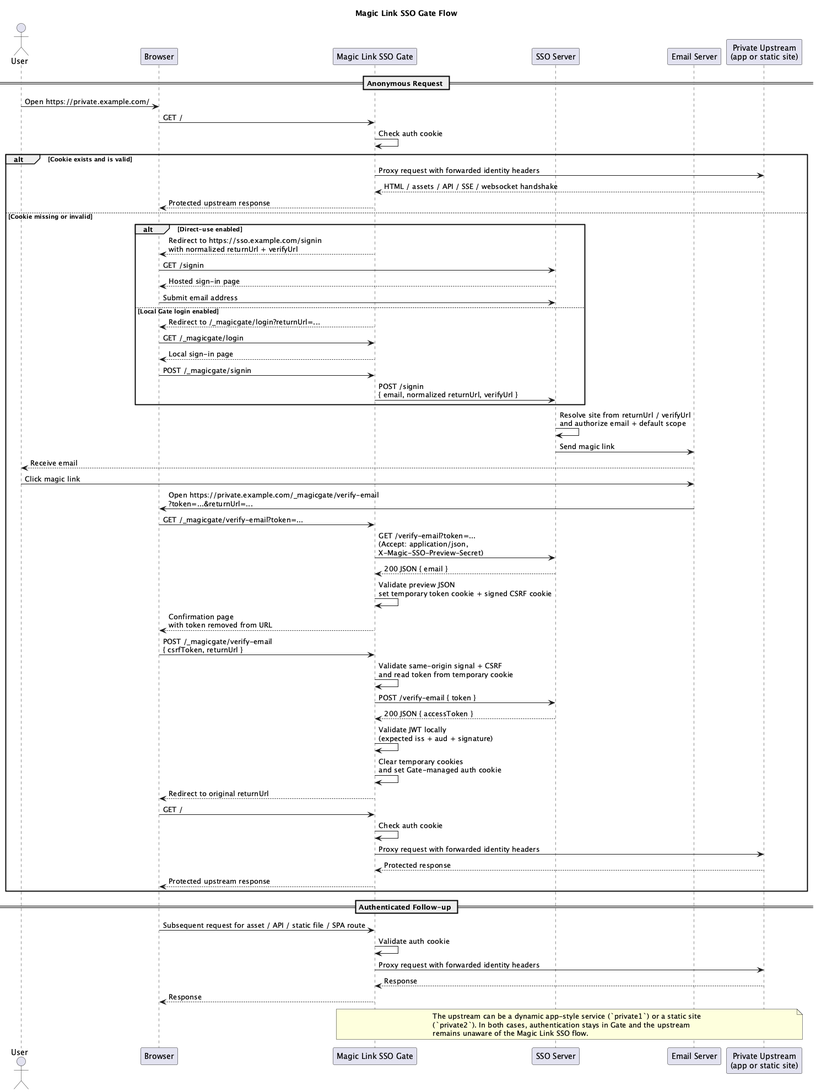
Earlier version of the PlantUML export docs/MagicLinkSSO_Gate_Flow_light.png (magic-link-sso/magic-sso).
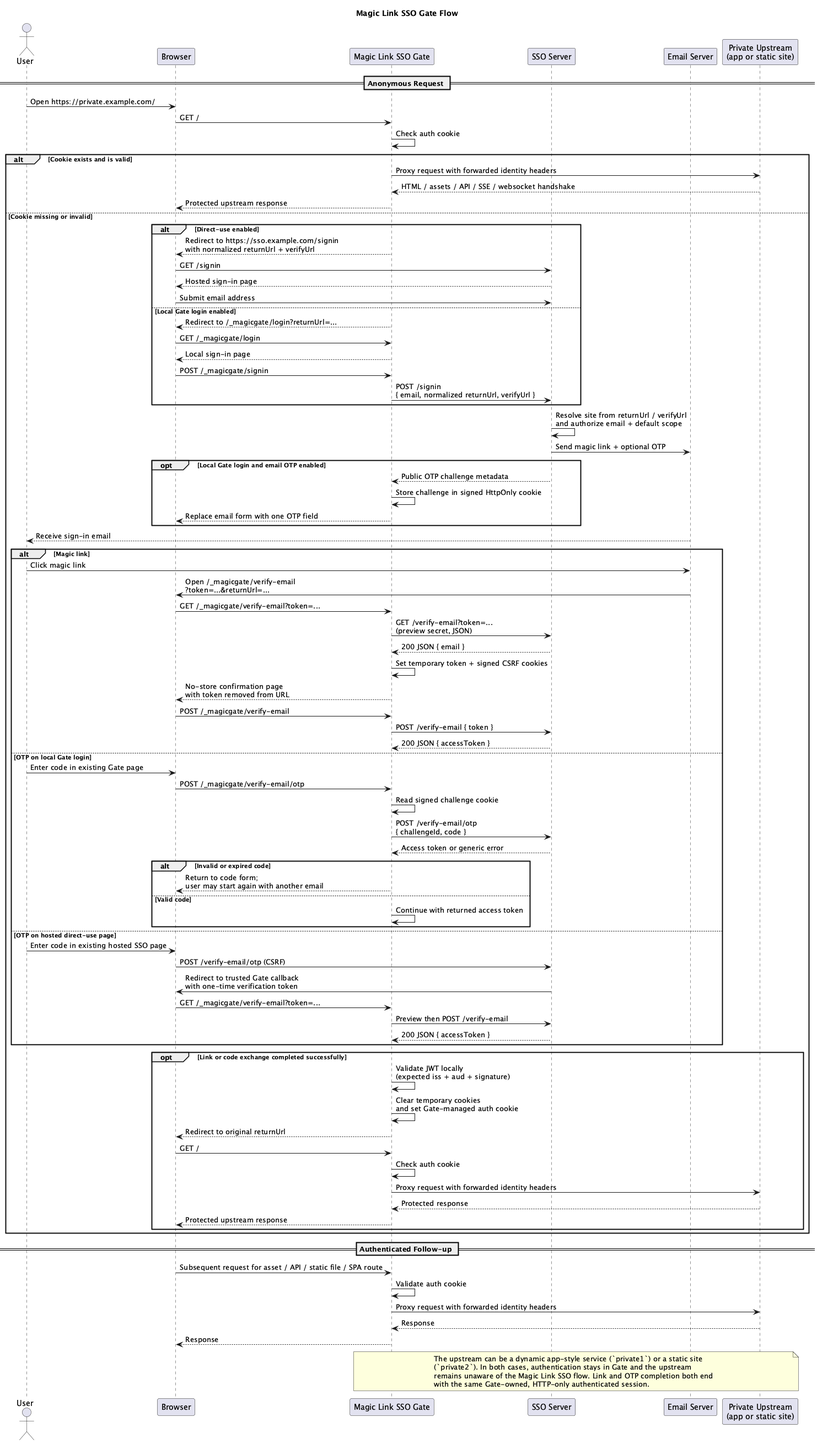
After the commit.

The edit, as a diff of the source:
```diff
@@ -34,29 +34,56 @@
     end
 
     SSO -> SSO: Resolve site from returnUrl / verifyUrl\nand authorize email + default scope
-    SSO -> Email: Send magic link
-    Email --> User: Receive email
+    SSO -> Email: Send magic link + optional OTP
+    opt Local Gate login and email OTP enabled
+        SSO --> Gate: Public OTP challenge metadata
+        Gate -> Gate: Store challenge in signed HttpOnly cookie
+        Gate --> Browser: Replace email form with one OTP field
+    end
+    Email --> User: Receive sign-in email
 
-    User -> Email: Click magic link
-    Email -> Browser: Open https://private.example.com/_magicgate/verify-email\n?token=...&returnUrl=...
-    Browser -> Gate: GET /_magicgate/verify-email?token=...
-    Gate -> SSO: GET /verify-email?token=...\n(Accept: application/json,\nX-Magic-SSO-Preview-Secret)
-    SSO --> Gate: 200 JSON { email }
-    Gate -> Gate: Validate preview JSON\nset temporary token cookie + signed CSRF cookie
-    Gate --> Browser: Confirmation page\nwith token removed from URL
-    Browser -> Gate: POST /_magicgate/verify-email\n{ csrfToken, returnUrl }
-    Gate -> Gate: Validate same-origin signal + CSRF\nand read token from temporary cookie
-    Gate -> SSO: POST /verify-email { token }
-    SSO --> Gate: 200 JSON { accessToken }
-    Gate -> Gate: Validate JWT locally\n(expected iss + aud + signature)
-    Gate -> Gate: Clear temporary cookies\nand set Gate-managed auth cookie
-    Gate --> Browser: Redirect to original returnUrl
+    alt Magic link
+        User -> Email: Click magic link
+        Email -> Browser: Open /_magicgate/verify-email\n?token=...&returnUrl=...
+        Browser -> Gate: GET /_magicgate/verify-email?token=...
+        Gate -> SSO: GET /verify-email?token=...\n(preview secret, JSON)
+        SSO --> Gate: 200 JSON { email }
+        Gate -> Gate: Set temporary token + signed CSRF cookies
+        Gate --> Browser: No-store confirmation page\nwith token removed from URL
+        Browser -> Gate: POST /_magicgate/verify-email
+        Gate -> SSO: POST /verify-email { token }
+        SSO --> Gate: 200 JSON { accessToken }
+    else OTP on local Gate login
+        User -> Browser: Enter code in existing Gate page
+        Browser -> Gate: POST /_magicgate/verify-email/otp
+        Gate -> Gate: Read signed challenge cookie
+        Gate -> SSO: POST /verify-email/otp\n{ challengeId, code }
+        SSO --> Gate: Access token or generic error
+        alt Invalid or expired code
+            Gate --> Browser: Return to code form;\nuser may start again with another email
+        else Valid code
+            Gate -> Gate: Continue with returned access token
+        end
+    else OTP on hosted direct-use page
+        User -> Browser: Enter code in existing hosted SSO page
+        Browser -> SSO: POST /verify-email/otp (CSRF)
+        SSO -> Browser: Redirect to trusted Gate callback\nwith one-time verification token
+        Browser -> Gate: GET /_magicgate/verify-email?token=...
+        Gate -> SSO: Preview then POST /verify-email
+        SSO --> Gate: 200 JSON { accessToken }
+    end
 
-    Browser -> Gate: GET /
-    Gate -> Gate: Check auth cookie
-    Gate -> Upstream: Proxy request with forwarded identity headers
-    Upstream --> Gate: Protected response
-    Gate --> Browser: Protected upstream response
+    opt Link or code exchange completed successfully
+        Gate -> Gate: Validate JWT locally\n(expected iss + aud + signature)
+        Gate -> Gate: Clear temporary cookies\nand set Gate-managed auth cookie
+        Gate --> Browser: Redirect to original returnUrl
+
+        Browser -> Gate: GET /
+        Gate -> Gate: Check auth cookie
+        Gate -> Upstream: Proxy request with forwarded identity headers
+        Upstream --> Gate: Protected response
+        Gate --> Browser: Protected upstream response
+    end
 end
 
 == Authenticated Follow-up ==
@@ -70,7 +97,8 @@
 note over Gate, Upstream
 The upstream can be a dynamic app-style service (`private1`) or a static site
 (`private2`). In both cases, authentication stays in Gate and the upstream
-remains unaware of the Magic Link SSO flow.
+remains unaware of the Magic Link SSO flow. Link and OTP completion both end
+with the same Gate-owned, HTTP-only authenticated session.
 end note
 
 @enduml
```
